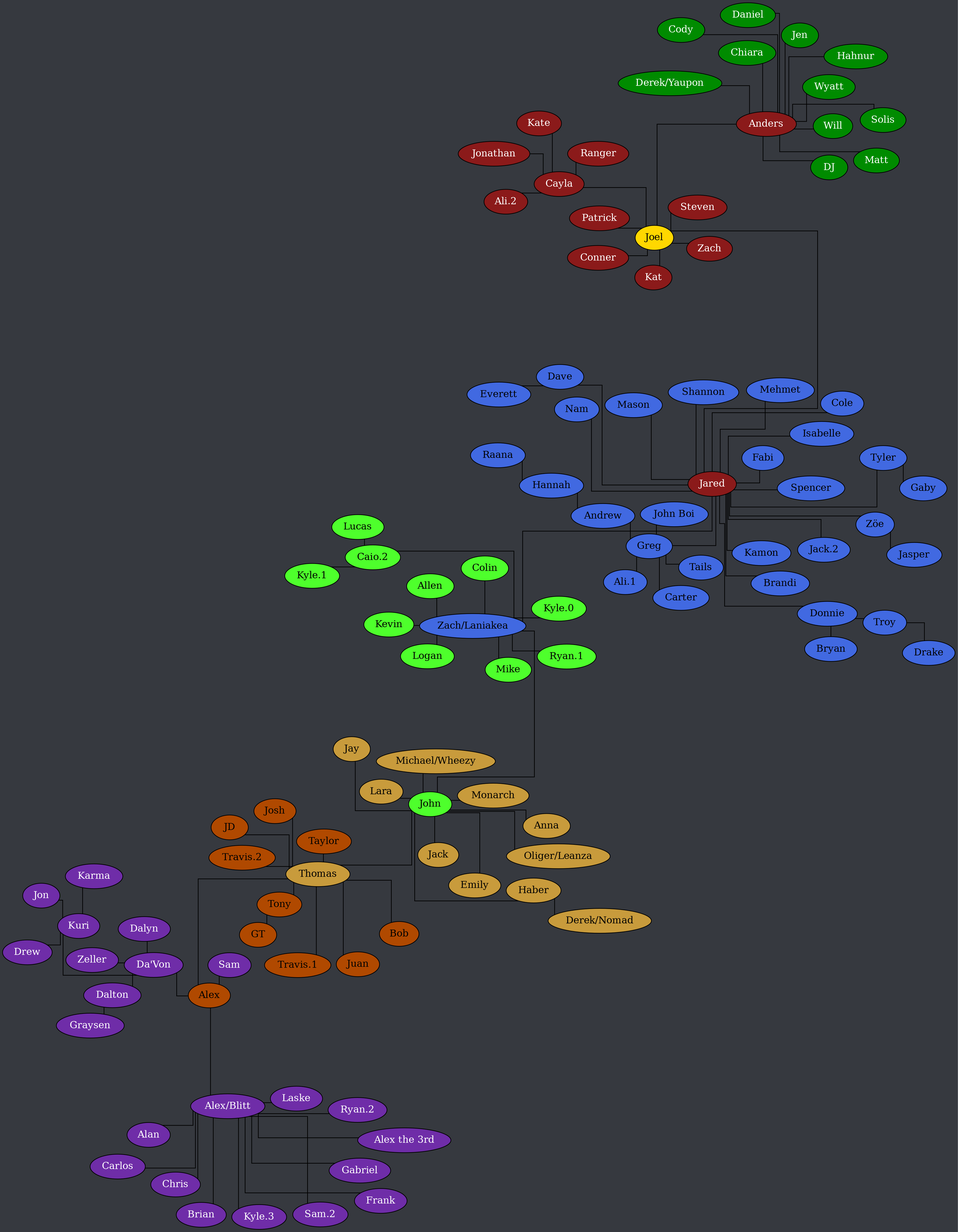
Documidas/CoronaCatzFamilyTree keeps this Graphviz diagram as tree.png. Above is the earlier version. Its source is kept beside it as tree.dot.
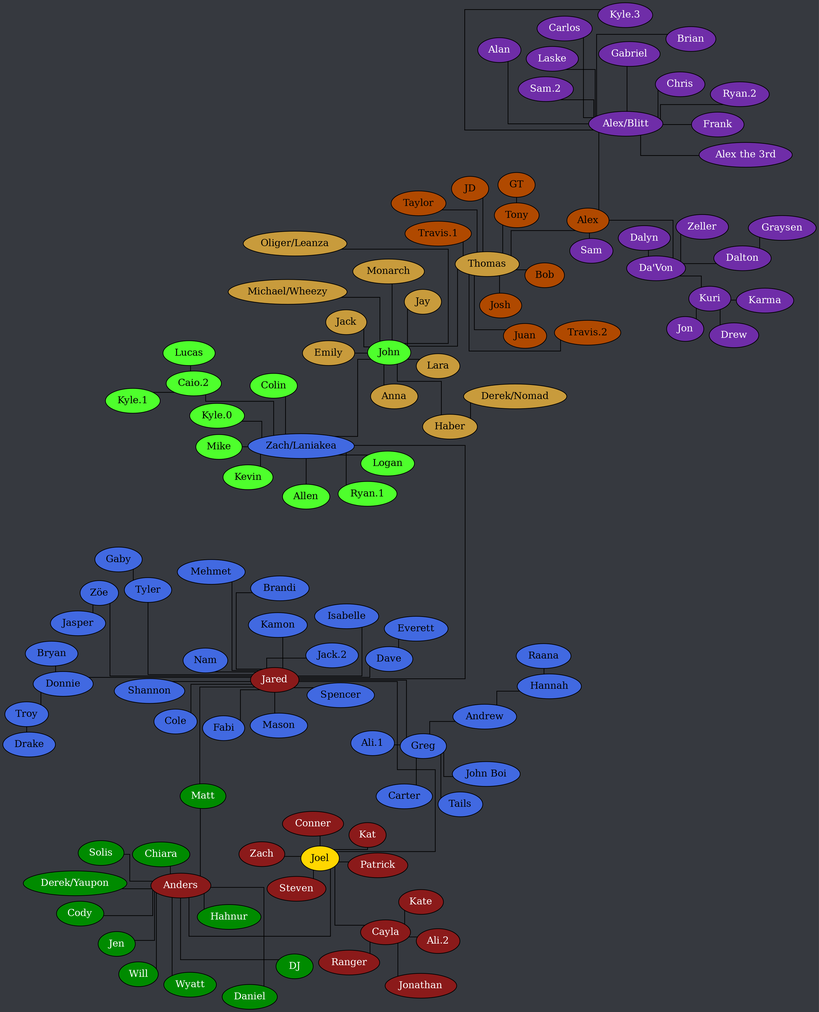
Later version of the same file.

What changed in the source:
```diff
@@ -68,6 +68,7 @@
 		Jared -- Greg;
 		Jared -- Isabelle;
 		Jared -- Mason;
+		Jared -- Matt;
 		Jared -- Mehmet;
 		Jared -- Nam;
 		Jared -- Shannon;
```
